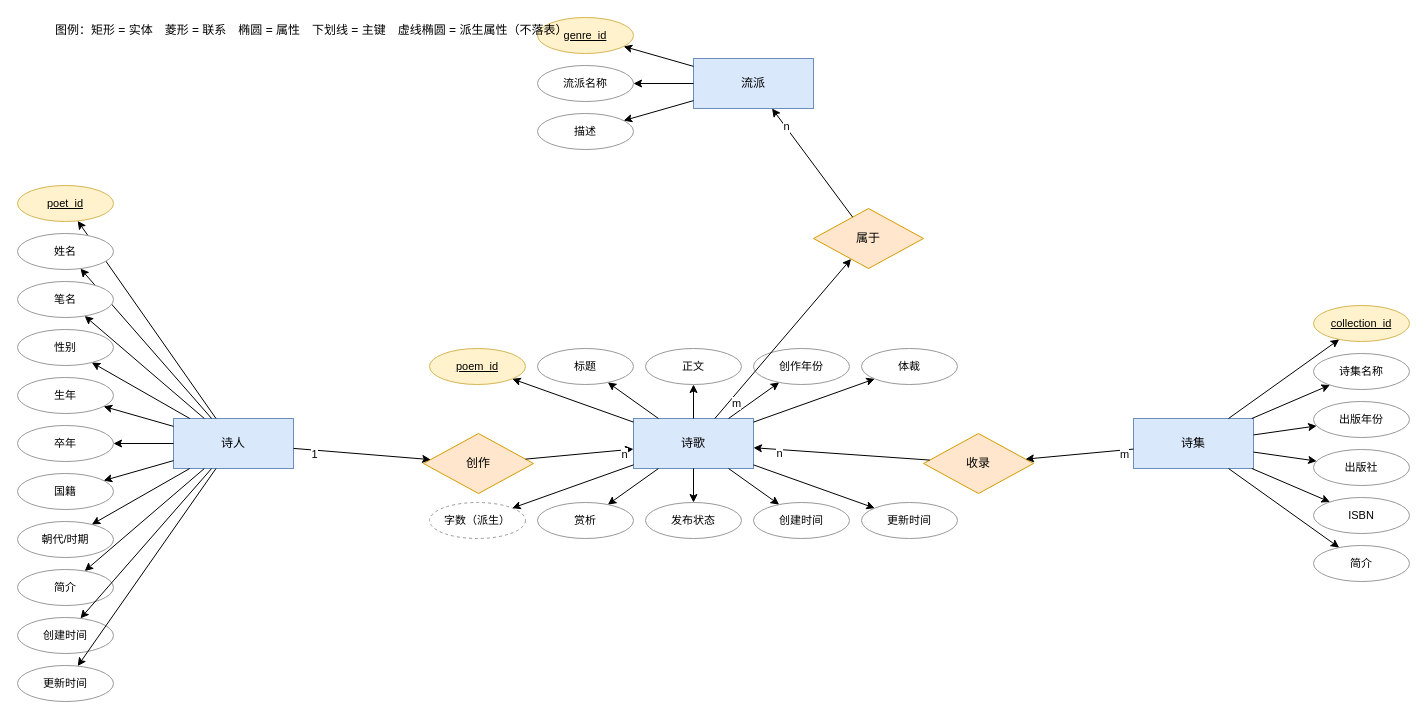
The draw.io diagram page "基本E-R图-诗歌域" (2 of 3) of docs/er/诗歌系统ER图.drawio in ocean-2514/database, before the edit. Source tidied: cells renumbered, new cells numbered last; positions are measured from the earlier drawing's top-left corner, leaving out a move shared by most shapes. Both pictures are drawn from the tidied source at 100%, with x=0, y=0 at pixel (17, 17).
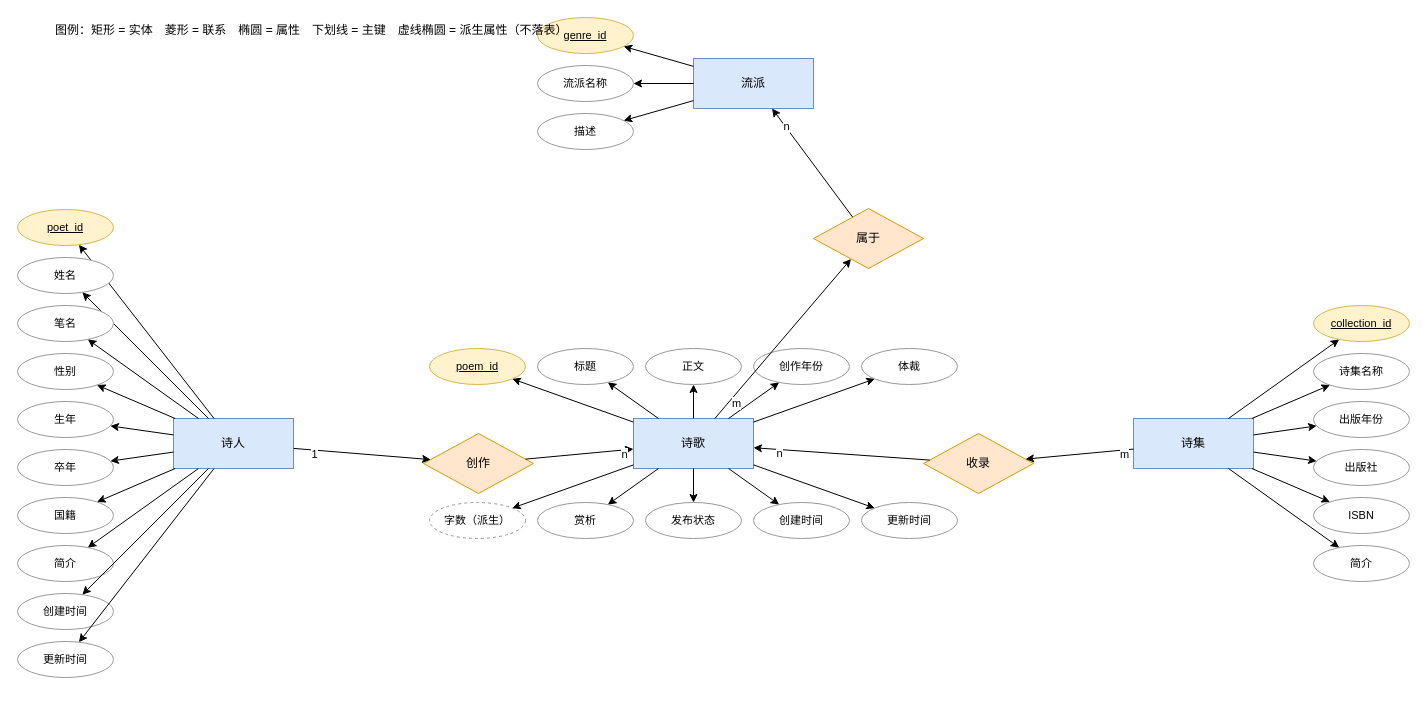
After the change.

The change refers to these unchanged cells:
```xml
<mxCell id="2" value="诗人" style="rounded=0;whiteSpace=wrap;html=1;fillColor=#dae8fc;strokeColor=#6c8ebf;" parent="1" vertex="1">
  <mxGeometry x="156" y="401" width="120" height="50" as="geometry" />
</mxCell>
```

Change to the diagram source:
```diff
@@
     <mxCell id="3" value="poet_id" style="ellipse;whiteSpace=wrap;html=1;fillColor=#fff2cc;strokeColor=#d6b656;fontStyle=4;fontSize=11;" parent="1" vertex="1">
-      <mxGeometry y="168" width="96" height="36" as="geometry" />
+      <mxGeometry y="192" width="96" height="36" as="geometry" />
     </mxCell>
@@
     <mxCell id="5" value="姓名" style="ellipse;whiteSpace=wrap;html=1;fillColor=#ffffff;strokeColor=#999999;fontSize=11;" parent="1" vertex="1">
-      <mxGeometry y="216" width="96" height="36" as="geometry" />
+      <mxGeometry y="240" width="96" height="36" as="geometry" />
     </mxCell>
@@
     <mxCell id="7" value="笔名" style="ellipse;whiteSpace=wrap;html=1;fillColor=#ffffff;strokeColor=#999999;fontSize=11;" parent="1" vertex="1">
-      <mxGeometry y="264" width="96" height="36" as="geometry" />
+      <mxGeometry y="288" width="96" height="36" as="geometry" />
     </mxCell>
@@
     <mxCell id="9" value="性别" style="ellipse;whiteSpace=wrap;html=1;fillColor=#ffffff;strokeColor=#999999;fontSize=11;" parent="1" vertex="1">
-      <mxGeometry y="312" width="96" height="36" as="geometry" />
+      <mxGeometry y="336" width="96" height="36" as="geometry" />
     </mxCell>
@@
     <mxCell id="11" value="生年" style="ellipse;whiteSpace=wrap;html=1;fillColor=#ffffff;strokeColor=#999999;fontSize=11;" parent="1" vertex="1">
-      <mxGeometry y="360" width="96" height="36" as="geometry" />
+      <mxGeometry y="384" width="96" height="36" as="geometry" />
     </mxCell>
@@
     <mxCell id="13" value="卒年" style="ellipse;whiteSpace=wrap;html=1;fillColor=#ffffff;strokeColor=#999999;fontSize=11;" parent="1" vertex="1">
-      <mxGeometry y="408" width="96" height="36" as="geometry" />
+      <mxGeometry y="432" width="96" height="36" as="geometry" />
     </mxCell>
@@
     <mxCell id="15" value="国籍" style="ellipse;whiteSpace=wrap;html=1;fillColor=#ffffff;strokeColor=#999999;fontSize=11;" parent="1" vertex="1">
-      <mxGeometry y="456" width="96" height="36" as="geometry" />
+      <mxGeometry y="480" width="96" height="36" as="geometry" />
     </mxCell>
@@
-    <mxCell id="17" value="朝代/时期" style="ellipse;whiteSpace=wrap;html=1;fillColor=#ffffff;strokeColor=#999999;fontSize=11;" parent="1" vertex="1">
-      <mxGeometry y="504" width="96" height="36" as="geometry" />
+    <mxCell id="17" value="简介" style="ellipse;whiteSpace=wrap;html=1;fillColor=#ffffff;strokeColor=#999999;fontSize=11;" parent="1" vertex="1">
+      <mxGeometry y="528" width="96" height="36" as="geometry" />
     </mxCell>
@@
-    <mxCell id="19" value="简介" style="ellipse;whiteSpace=wrap;html=1;fillColor=#ffffff;strokeColor=#999999;fontSize=11;" parent="1" vertex="1">
-      <mxGeometry y="552" width="96" height="36" as="geometry" />
+    <mxCell id="19" value="创建时间" style="ellipse;whiteSpace=wrap;html=1;fillColor=#ffffff;strokeColor=#999999;fontSize=11;" parent="1" vertex="1">
+      <mxGeometry y="576" width="96" height="36" as="geometry" />
     </mxCell>
@@
-    <mxCell id="21" value="创建时间" style="ellipse;whiteSpace=wrap;html=1;fillColor=#ffffff;strokeColor=#999999;fontSize=11;" parent="1" vertex="1">
-      <mxGeometry y="600" width="96" height="36" as="geometry" />
+    <mxCell id="21" value="更新时间" style="ellipse;whiteSpace=wrap;html=1;fillColor=#ffffff;strokeColor=#999999;fontSize=11;" parent="1" vertex="1">
+      <mxGeometry y="624" width="96" height="36" as="geometry" />
     </mxCell>
@@
-    <mxCell id="23" value="更新时间" style="ellipse;whiteSpace=wrap;html=1;fillColor=#ffffff;strokeColor=#999999;fontSize=11;" parent="1" vertex="1">
-      <mxGeometry y="648" width="96" height="36" as="geometry" />
-    </mxCell>
-    <mxCell id="24" style="edgeStyle=none;html=1;rounded=0;jettySize=auto;" parent="1" edge="1" source="2" target="23">
-      <mxGeometry relative="1" as="geometry" />
-    </mxCell>
```
